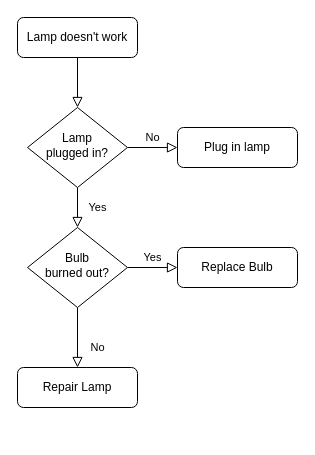
Earlier version of the draw.io diagram user-flow.drawio (EricTsai83/drawio). Source tidied: cells renumbered, new cells numbered last; positions are measured from the earlier drawing's top-left corner, leaving out a move shared by most shapes. Both pictures are drawn from the tidied source at 100%, with x=0, y=0 at pixel (17, 17).
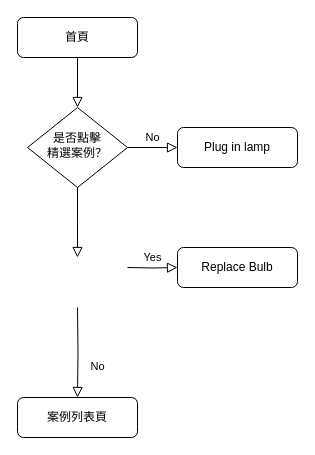
The same diagram, later.

Change to the diagram source:
```diff
@@
 <mxGraphModel>
   <root>
     <mxCell id="0" />
     <mxCell id="1" parent="0" />
     <mxCell id="2" style="rounded=0;html=1;jettySize=auto;fontSize=11;endArrow=block;endFill=0;endSize=8;strokeWidth=1;shadow=0;labelBackgroundColor=none;edgeStyle=orthogonalEdgeStyle;" parent="1" edge="1" source="3" target="6">
       <mxGeometry relative="1" as="geometry" />
     </mxCell>
-    <mxCell id="3" value="Lamp doesn't work" style="rounded=1;whiteSpace=wrap;html=1;fontSize=12;glass=0;strokeWidth=1;shadow=0;" parent="1" vertex="1">
+    <mxCell id="3" value="首頁" style="rounded=1;whiteSpace=wrap;html=1;fontSize=12;glass=0;strokeWidth=1;shadow=0;" parent="1" vertex="1">
       <mxGeometry width="120" height="40" as="geometry" />
     </mxCell>
-    <mxCell id="4" value="Yes" style="rounded=0;html=1;jettySize=auto;fontSize=11;endArrow=block;endFill=0;endSize=8;strokeWidth=1;shadow=0;labelBackgroundColor=none;edgeStyle=orthogonalEdgeStyle;" parent="1" edge="1" source="6" target="10">
-      <mxGeometry y="20" relative="1" as="geometry" />
+    <mxCell id="4" style="rounded=0;html=1;jettySize=auto;fontSize=11;endArrow=block;endFill=0;endSize=8;strokeWidth=1;shadow=0;labelBackgroundColor=none;edgeStyle=orthogonalEdgeStyle;" parent="1" edge="1" source="6">
+      <mxGeometry x="-0.57" relative="1" as="geometry">
+        <mxPoint x="60" y="240" as="targetPoint" />
+      </mxGeometry>
     </mxCell>
     <mxCell id="5" value="No" style="edgeStyle=orthogonalEdgeStyle;rounded=0;html=1;jettySize=auto;fontSize=11;endArrow=block;endFill=0;endSize=8;strokeWidth=1;shadow=0;labelBackgroundColor=none;" parent="1" edge="1" source="6" target="7">
       <mxGeometry y="10" relative="1" as="geometry" />
     </mxCell>
-    <mxCell id="6" value="Lamp&lt;br&gt;plugged in?" style="rhombus;whiteSpace=wrap;html=1;shadow=0;fontFamily=Helvetica;fontSize=12;align=center;strokeWidth=1;spacing=6;spacingTop=-4;" parent="1" vertex="1">
+    <mxCell id="6" value="是否點擊&lt;br&gt;精選案例？" style="rhombus;whiteSpace=wrap;html=1;shadow=0;fontFamily=Helvetica;fontSize=12;align=center;strokeWidth=1;spacing=6;spacingTop=-4;" parent="1" vertex="1">
       <mxGeometry x="10" y="90" width="100" height="80" as="geometry" />
     </mxCell>
     <mxCell id="7" value="Plug in lamp" style="rounded=1;whiteSpace=wrap;html=1;fontSize=12;glass=0;strokeWidth=1;shadow=0;" parent="1" vertex="1">
       <mxGeometry x="160" y="110" width="120" height="40" as="geometry" />
     </mxCell>
-    <mxCell id="8" value="No" style="rounded=0;html=1;jettySize=auto;fontSize=11;endArrow=block;endFill=0;endSize=8;strokeWidth=1;shadow=0;labelBackgroundColor=none;edgeStyle=orthogonalEdgeStyle;" parent="1" edge="1" source="10" target="11">
-      <mxGeometry x="0.33" y="20" relative="1" as="geometry" />
+    <mxCell id="8" value="No" style="rounded=0;html=1;jettySize=auto;fontSize=11;endArrow=block;endFill=0;endSize=8;strokeWidth=1;shadow=0;labelBackgroundColor=none;edgeStyle=orthogonalEdgeStyle;" parent="1" edge="1" target="11">
+      <mxGeometry x="0.33" y="20" relative="1" as="geometry">
+        <mxPoint x="60" y="290" as="sourcePoint" />
+      </mxGeometry>
     </mxCell>
-    <mxCell id="9" value="Yes" style="edgeStyle=orthogonalEdgeStyle;rounded=0;html=1;jettySize=auto;fontSize=11;endArrow=block;endFill=0;endSize=8;strokeWidth=1;shadow=0;labelBackgroundColor=none;" parent="1" edge="1" source="10" target="12">
-      <mxGeometry y="10" relative="1" as="geometry" />
+    <mxCell id="9" value="Yes" style="edgeStyle=orthogonalEdgeStyle;rounded=0;html=1;jettySize=auto;fontSize=11;endArrow=block;endFill=0;endSize=8;strokeWidth=1;shadow=0;labelBackgroundColor=none;" parent="1" edge="1" target="12">
+      <mxGeometry y="10" relative="1" as="geometry">
+        <mxPoint x="110" y="250" as="sourcePoint" />
+      </mxGeometry>
     </mxCell>
-    <mxCell id="10" value="Bulb&lt;br&gt;burned out?" style="rhombus;whiteSpace=wrap;html=1;shadow=0;fontFamily=Helvetica;fontSize=12;align=center;strokeWidth=1;spacing=6;spacingTop=-4;" parent="1" vertex="1">
-      <mxGeometry x="10" y="210" width="100" height="80" as="geometry" />
-    </mxCell>
-    <mxCell id="11" value="Repair Lamp" style="rounded=1;whiteSpace=wrap;html=1;fontSize=12;glass=0;strokeWidth=1;shadow=0;" parent="1" vertex="1">
-      <mxGeometry y="350" width="120" height="40" as="geometry" />
+    <mxCell id="11" value="案例列表頁" style="rounded=1;whiteSpace=wrap;html=1;fontSize=12;glass=0;strokeWidth=1;shadow=0;" parent="1" vertex="1">
+      <mxGeometry y="380" width="120" height="40" as="geometry" />
     </mxCell>
     <mxCell id="12" value="Replace Bulb" style="rounded=1;whiteSpace=wrap;html=1;fontSize=12;glass=0;strokeWidth=1;shadow=0;" parent="1" vertex="1">
       <mxGeometry x="160" y="230" width="120" height="40" as="geometry" />
     </mxCell>
   </root>
 </mxGraphModel>
```
